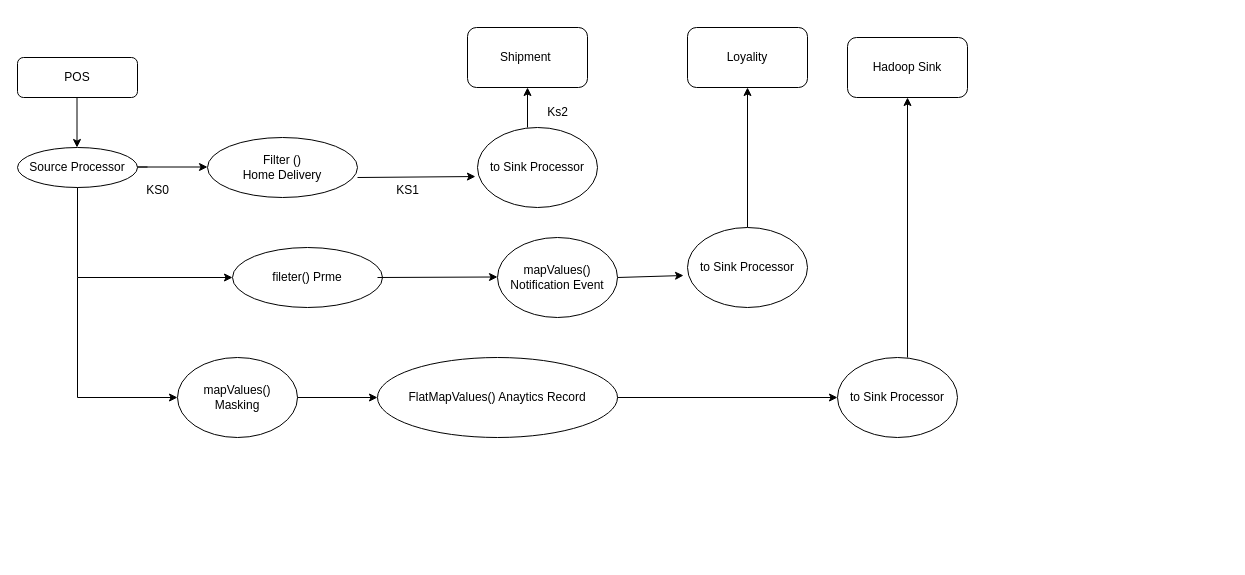
The draw.io diagram kafakDag.drawio in rajnautiyal/Kafaka-Stream-API, before the edit. Source tidied: cells renumbered, new cells numbered last; positions are measured from the earlier drawing's top-left corner, leaving out a move shared by most shapes. Both pictures are drawn from the tidied source at 100%, with x=0, y=0 at pixel (17, 27).
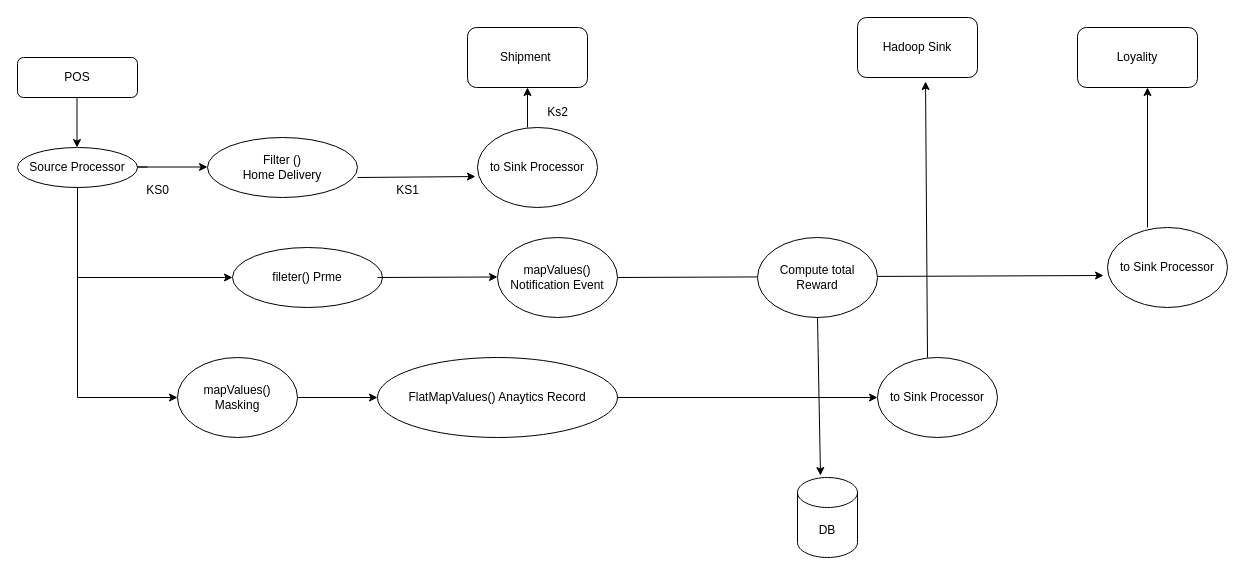
After the change.

Change to the diagram source:
```diff
@@
     <mxCell id="14" style="endArrow=classic;html=1;rounded=0;" parent="1" edge="1">
       <mxGeometry relative="1" as="geometry">
-        <mxPoint x="730" y="200" as="sourcePoint" />
-        <mxPoint x="730" y="60" as="targetPoint" />
+        <mxPoint x="1130" y="200" as="sourcePoint" />
+        <mxPoint x="1130" y="60" as="targetPoint" />
       </mxGeometry>
     </mxCell>
@@
     <mxCell id="20" value="to Sink Processor" style="ellipse;whiteSpace=wrap;html=1;" parent="1" vertex="1">
-      <mxGeometry x="670" y="200" width="120" height="80" as="geometry" />
+      <mxGeometry x="1090" y="200" width="120" height="80" as="geometry" />
     </mxCell>
     <mxCell id="21" value="Loyality" style="rounded=1;whiteSpace=wrap;html=1;" parent="1" vertex="1">
-      <mxGeometry x="670" width="120" height="60" as="geometry" />
+      <mxGeometry x="1060" width="120" height="60" as="geometry" />
     </mxCell>
@@
-    <mxCell id="28" style="endArrow=classic;html=1;rounded=0;" parent="1" edge="1">
+    <mxCell id="28" style="endArrow=classic;html=1;rounded=0;entryX=0;entryY=0.5;entryDx=0;entryDy=0;" parent="1" edge="1" target="29">
       <mxGeometry relative="1" as="geometry">
         <mxPoint x="600" y="370" as="sourcePoint" />
-        <mxPoint x="820" y="370" as="targetPoint" />
       </mxGeometry>
     </mxCell>
     <mxCell id="29" value="to Sink Processor" style="ellipse;whiteSpace=wrap;html=1;" parent="1" vertex="1">
-      <mxGeometry x="820" y="330" width="120" height="80" as="geometry" />
+      <mxGeometry x="860" y="330" width="120" height="80" as="geometry" />
     </mxCell>
-    <mxCell id="30" style="endArrow=classic;html=1;rounded=0;" parent="1" edge="1" target="31">
-      <mxGeometry relative="1" as="geometry">
-        <mxPoint x="890" y="330" as="sourcePoint" />
-      </mxGeometry>
-    </mxCell>
     <mxCell id="31" value="Hadoop Sink" style="rounded=1;whiteSpace=wrap;html=1;" parent="1" vertex="1">
-      <mxGeometry x="830" y="10" width="120" height="60" as="geometry" />
+      <mxGeometry x="840" y="-10" width="120" height="60" as="geometry" />
     </mxCell>
+    <mxCell id="32" value="Compute total Reward" style="ellipse;whiteSpace=wrap;html=1;" parent="1" vertex="1">
+      <mxGeometry x="740" y="210" width="120" height="80" as="geometry" />
+    </mxCell>
+    <mxCell id="33" style="endArrow=classic;html=1;rounded=0;entryX=0.567;entryY=1.067;entryDx=0;entryDy=0;entryPerimeter=0;" parent="1" edge="1" target="31">
+      <mxGeometry relative="1" as="geometry">
+        <mxPoint x="910" y="330" as="sourcePoint" />
+      </mxGeometry>
+    </mxCell>
+    <mxCell id="34" value="DB" style="shape=cylinder3;whiteSpace=wrap;html=1;boundedLbl=1;backgroundOutline=1;size=15;" parent="1" vertex="1">
+      <mxGeometry x="780" y="450" width="60" height="80" as="geometry" />
+    </mxCell>
+    <mxCell id="35" style="endArrow=classic;html=1;rounded=0;exitX=0.5;exitY=1;exitDx=0;exitDy=0;entryX=0.383;entryY=-0.025;entryDx=0;entryDy=0;entryPerimeter=0;" parent="1" edge="1" source="32" target="34">
+      <mxGeometry relative="1" as="geometry" />
+    </mxCell>
```
